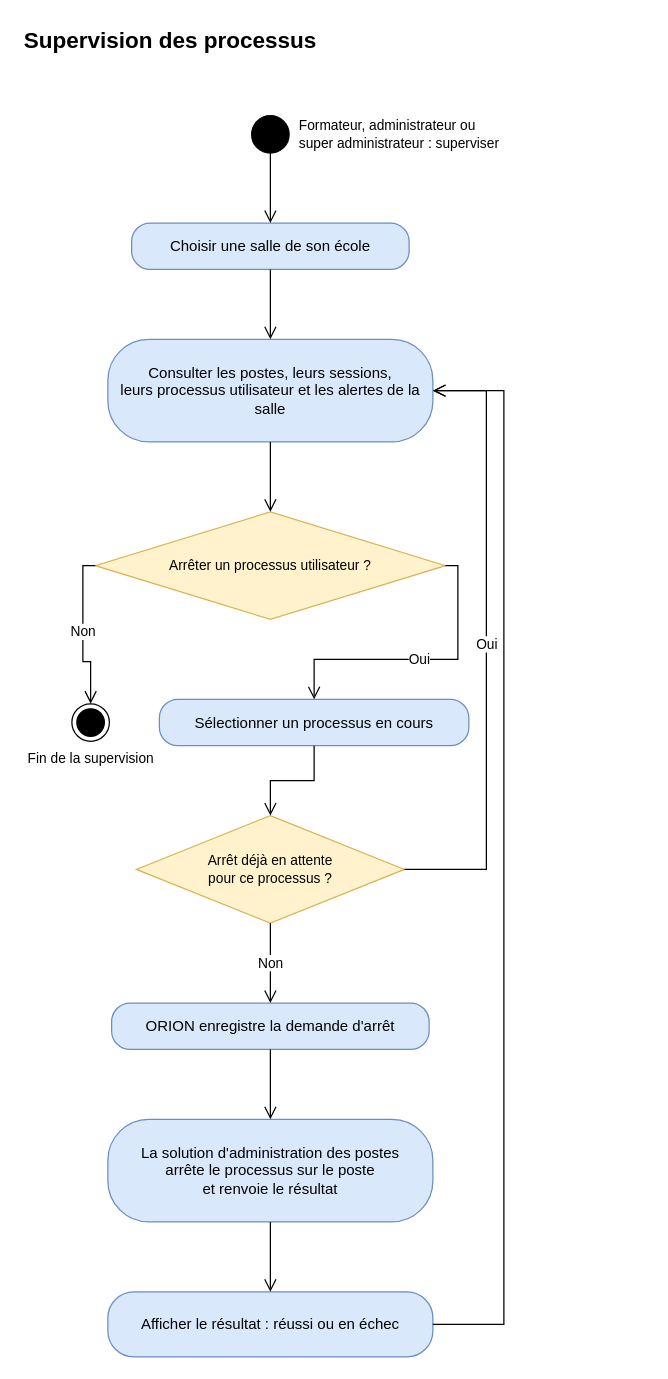
The draw.io diagram page "Supervision des processus" (5 of 10) of docs/02-ANALYSE/01-MODELISATION-METIER/02-DIAGRAMMES-ACTIVITE.drawio in bpierrelouis/aster, before the edit. Source tidied: cells renumbered, new cells numbered last; positions are measured from the earlier drawing's top-left corner, leaving out a move shared by most shapes. Both pictures are drawn from the tidied source at 125%, with x=0, y=0 at pixel (21, 21).
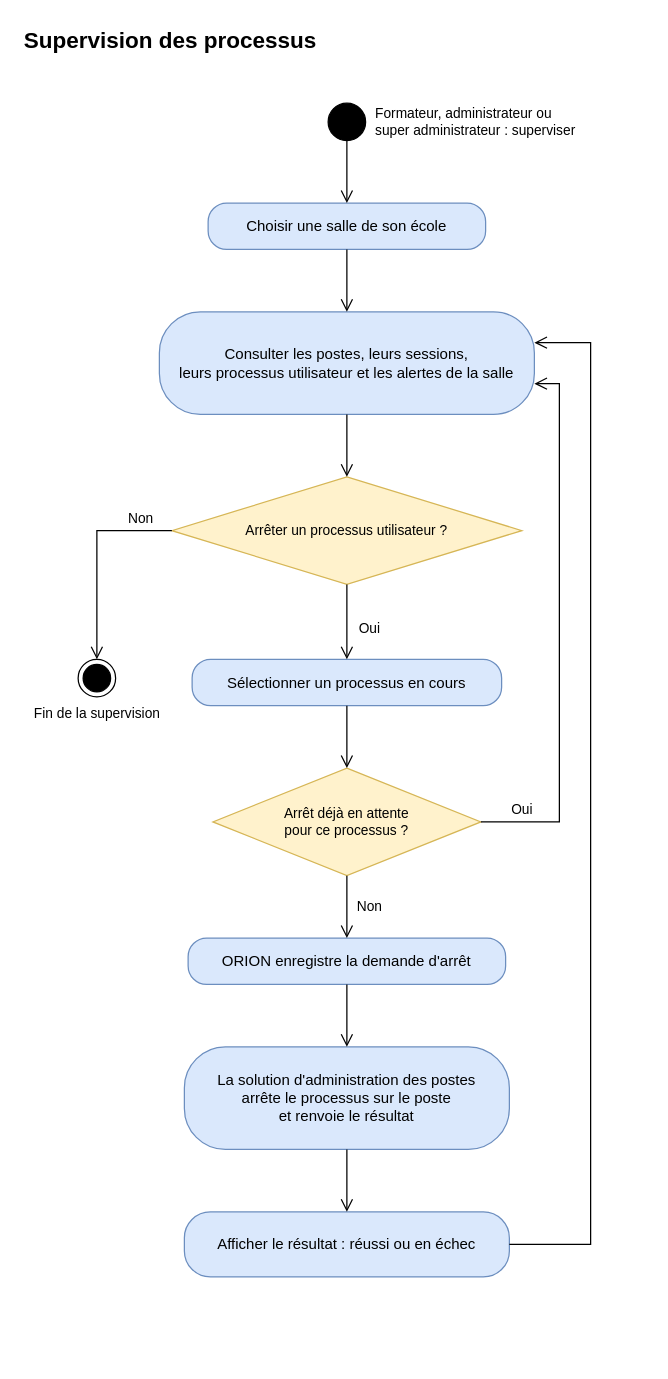
The same page after the edit.

What changed in the source:
```diff
@@
     <mxCell id="3" value="Formateur, administrateur ou&lt;br&gt;super administrateur : superviser" style="ellipse;html=1;fillColor=#000000;strokeColor=#000000;fontSize=11;labelPosition=right;verticalLabelPosition=middle;align=left;verticalAlign=middle;spacingLeft=6;" parent="1" vertex="1">
-      <mxGeometry x="183.8" y="75" width="30" height="30" as="geometry" />
+      <mxGeometry x="245" y="65" width="30" height="30" as="geometry" />
     </mxCell>
     <mxCell id="4" value="Choisir une salle de son école" style="rounded=1;arcSize=40;whiteSpace=wrap;html=1;fontSize=12;fillColor=#dae8fc;strokeColor=#6c8ebf;" parent="1" vertex="1">
-      <mxGeometry x="87.8" y="161" width="222" height="37" as="geometry" />
+      <mxGeometry x="149" y="145" width="222" height="37" as="geometry" />
     </mxCell>
     <mxCell id="5" value="Consulter les postes, leurs sessions,&lt;br&gt;leurs processus utilisateur et les alertes de la salle" style="rounded=1;arcSize=40;whiteSpace=wrap;html=1;fontSize=12;fillColor=#dae8fc;strokeColor=#6c8ebf;" parent="1" vertex="1">
-      <mxGeometry x="68.8" y="254" width="260" height="82" as="geometry" />
+      <mxGeometry x="110" y="232" width="300" height="82" as="geometry" />
     </mxCell>
     <mxCell id="6" value="Arrêter un processus utilisateur ?" style="rhombus;whiteSpace=wrap;html=1;fontSize=11;fillColor=#fff2cc;strokeColor=#d6b656;" parent="1" vertex="1">
-      <mxGeometry x="58.8" y="392" width="280" height="86" as="geometry" />
+      <mxGeometry x="120" y="364" width="280" height="86" as="geometry" />
     </mxCell>
     <mxCell id="7" value="Fin de la supervision" style="ellipse;html=1;shape=endState;fillColor=#000000;strokeColor=#000000;verticalLabelPosition=bottom;verticalAlign=top;fontSize=11;" parent="1" vertex="1">
-      <mxGeometry x="40" y="545.5" width="30" height="30" as="geometry" />
+      <mxGeometry x="45" y="510" width="30" height="30" as="geometry" />
     </mxCell>
     <mxCell id="8" value="Sélectionner un processus en cours" style="rounded=1;arcSize=40;whiteSpace=wrap;html=1;fontSize=12;fillColor=#dae8fc;strokeColor=#6c8ebf;" parent="1" vertex="1">
-      <mxGeometry x="110" y="542" width="247.6" height="37" as="geometry" />
+      <mxGeometry x="136.2" y="510" width="247.6" height="37" as="geometry" />
     </mxCell>
     <mxCell id="9" value="Arrêt déjà en attente&lt;br&gt;pour ce processus ?" style="rhombus;whiteSpace=wrap;html=1;fontSize=11;fillColor=#fff2cc;strokeColor=#d6b656;" parent="1" vertex="1">
-      <mxGeometry x="91.6" y="635" width="214.4" height="86" as="geometry" />
+      <mxGeometry x="152.8" y="597" width="214.4" height="86" as="geometry" />
     </mxCell>
     <mxCell id="10" value="ORION enregistre la demande d'arrêt" style="rounded=1;arcSize=40;whiteSpace=wrap;html=1;fontSize=12;fillColor=#dae8fc;strokeColor=#6c8ebf;" parent="1" vertex="1">
-      <mxGeometry x="71.8" y="785" width="254" height="37" as="geometry" />
+      <mxGeometry x="133" y="733" width="254" height="37" as="geometry" />
     </mxCell>
     <mxCell id="11" value="La solution d'administration des postes&lt;br&gt;arrête le processus sur le poste&lt;br&gt;et renvoie le résultat" style="rounded=1;arcSize=40;whiteSpace=wrap;html=1;fontSize=12;fillColor=#dae8fc;strokeColor=#6c8ebf;" parent="1" vertex="1">
-      <mxGeometry x="68.8" y="878" width="260" height="82" as="geometry" />
+      <mxGeometry x="130" y="820" width="260" height="82" as="geometry" />
     </mxCell>
     <mxCell id="12" value="Afficher le résultat : réussi ou en échec" style="rounded=1;arcSize=40;whiteSpace=wrap;html=1;fontSize=12;fillColor=#dae8fc;strokeColor=#6c8ebf;" parent="1" vertex="1">
-      <mxGeometry x="68.8" y="1016" width="260" height="52" as="geometry" />
+      <mxGeometry x="130" y="952" width="260" height="52" as="geometry" />
     </mxCell>
-    <mxCell id="13" style="edgeStyle=orthogonalEdgeStyle;endArrow=open;endSize=8;html=1;rounded=0;fontSize=11;labelBackgroundColor=#ffffff;exitX=0.5;exitY=1;exitDx=0;exitDy=0;entryX=0.5;entryY=0;entryDx=0;entryDy=0;" parent="1" edge="1" source="3" target="4">
+    <mxCell id="13" style="endArrow=open;endSize=8;html=1;rounded=0;fontSize=11;labelBackgroundColor=#ffffff;edgeStyle=none;exitX=0.5;exitY=1;exitDx=0;exitDy=0;entryX=0.5;entryY=0;entryDx=0;entryDy=0;" parent="1" edge="1" source="3" target="4">
       <mxGeometry relative="1" as="geometry" />
     </mxCell>
-    <mxCell id="14" style="edgeStyle=orthogonalEdgeStyle;endArrow=open;endSize=8;html=1;rounded=0;fontSize=11;labelBackgroundColor=#ffffff;exitX=0.5;exitY=1;exitDx=0;exitDy=0;entryX=0.5;entryY=0;entryDx=0;entryDy=0;" parent="1" edge="1" source="4" target="5">
+    <mxCell id="14" style="endArrow=open;endSize=8;html=1;rounded=0;fontSize=11;labelBackgroundColor=#ffffff;edgeStyle=none;exitX=0.5;exitY=1;exitDx=0;exitDy=0;entryX=0.5;entryY=0;entryDx=0;entryDy=0;" parent="1" edge="1" source="4" target="5">
       <mxGeometry relative="1" as="geometry" />
     </mxCell>
-    <mxCell id="15" style="edgeStyle=orthogonalEdgeStyle;endArrow=open;endSize=8;html=1;rounded=0;fontSize=11;labelBackgroundColor=#ffffff;exitX=0.5;exitY=1;exitDx=0;exitDy=0;entryX=0.5;entryY=0;entryDx=0;entryDy=0;" parent="1" edge="1" source="5" target="6">
+    <mxCell id="15" style="endArrow=open;endSize=8;html=1;rounded=0;fontSize=11;labelBackgroundColor=#ffffff;edgeStyle=none;exitX=0.5;exitY=1;exitDx=0;exitDy=0;entryX=0.5;entryY=0;entryDx=0;entryDy=0;" parent="1" edge="1" source="5" target="6">
       <mxGeometry relative="1" as="geometry" />
     </mxCell>
-    <mxCell id="16" value="Non" style="edgeStyle=orthogonalEdgeStyle;endArrow=open;endSize=8;html=1;rounded=0;fontSize=11;labelBackgroundColor=#ffffff;exitX=0;exitY=0.5;exitDx=0;exitDy=0;entryX=0.5;entryY=0;entryDx=0;entryDy=0;" parent="1" edge="1" source="6" target="7">
-      <mxGeometry relative="1" as="geometry" />
+    <mxCell id="16" value="Non" style="endArrow=open;endSize=8;html=1;rounded=0;fontSize=11;labelBackgroundColor=#ffffff;edgeStyle=none;exitX=0;exitY=0.5;exitDx=0;exitDy=0;entryX=0.5;entryY=0;entryDx=0;entryDy=0;" parent="1" edge="1" source="6" target="7">
+      <mxGeometry x="-0.69" relative="1" as="geometry">
+        <Array as="points">
+          <mxPoint x="60" y="407" />
+        </Array>
+        <mxPoint y="-10" as="offset" />
+      </mxGeometry>
     </mxCell>
-    <mxCell id="17" value="Oui" style="edgeStyle=orthogonalEdgeStyle;endArrow=open;endSize=8;html=1;rounded=0;fontSize=11;labelBackgroundColor=#ffffff;exitX=1;exitY=0.5;exitDx=0;exitDy=0;entryX=0.5;entryY=0;entryDx=0;entryDy=0;" parent="1" edge="1" source="6" target="8">
-      <mxGeometry relative="1" as="geometry" />
+    <mxCell id="17" value="Oui" style="endArrow=open;endSize=8;html=1;rounded=0;fontSize=11;labelBackgroundColor=#ffffff;edgeStyle=none;exitX=0.5;exitY=1;exitDx=0;exitDy=0;entryX=0.5;entryY=0;entryDx=0;entryDy=0;" parent="1" edge="1" source="6" target="8">
+      <mxGeometry x="0.16" relative="1" as="geometry">
+        <mxPoint x="18.3" as="offset" />
+      </mxGeometry>
     </mxCell>
-    <mxCell id="18" style="edgeStyle=orthogonalEdgeStyle;endArrow=open;endSize=8;html=1;rounded=0;fontSize=11;labelBackgroundColor=#ffffff;exitX=0.5;exitY=1;exitDx=0;exitDy=0;entryX=0.5;entryY=0;entryDx=0;entryDy=0;" parent="1" edge="1" source="8" target="9">
+    <mxCell id="18" style="endArrow=open;endSize=8;html=1;rounded=0;fontSize=11;labelBackgroundColor=#ffffff;edgeStyle=none;exitX=0.5;exitY=1;exitDx=0;exitDy=0;entryX=0.5;entryY=0;entryDx=0;entryDy=0;" parent="1" edge="1" source="8" target="9">
       <mxGeometry relative="1" as="geometry" />
     </mxCell>
-    <mxCell id="19" value="Oui" style="edgeStyle=orthogonalEdgeStyle;endArrow=open;endSize=8;html=1;rounded=0;fontSize=11;labelBackgroundColor=#ffffff;exitX=1;exitY=0.5;exitDx=0;exitDy=0;entryX=1;entryY=0.5;entryDx=0;entryDy=0;" parent="1" edge="1" source="9" target="5">
-      <mxGeometry relative="1" as="geometry">
+    <mxCell id="19" value="Oui" style="endArrow=open;endSize=8;html=1;rounded=0;fontSize=11;labelBackgroundColor=#ffffff;edgeStyle=none;exitX=1;exitY=0.5;exitDx=0;exitDy=0;entryX=1;entryY=0.7;entryDx=0;entryDy=0;" parent="1" edge="1" source="9" target="5">
+      <mxGeometry x="-0.85" relative="1" as="geometry">
         <Array as="points">
-          <mxPoint x="371.6" y="678" />
-          <mxPoint x="371.6" y="295" />
+          <mxPoint x="430" y="640" />
+          <mxPoint x="430" y="289.4" />
         </Array>
+        <mxPoint y="-10" as="offset" />
       </mxGeometry>
     </mxCell>
-    <mxCell id="20" value="Non" style="edgeStyle=orthogonalEdgeStyle;endArrow=open;endSize=8;html=1;rounded=0;fontSize=11;labelBackgroundColor=#ffffff;exitX=0.5;exitY=1;exitDx=0;exitDy=0;entryX=0.5;entryY=0;entryDx=0;entryDy=0;" parent="1" edge="1" source="9" target="10">
-      <mxGeometry relative="1" as="geometry" />
+    <mxCell id="20" value="Non" style="endArrow=open;endSize=8;html=1;rounded=0;fontSize=11;labelBackgroundColor=#ffffff;edgeStyle=none;exitX=0.5;exitY=1;exitDx=0;exitDy=0;entryX=0.5;entryY=0;entryDx=0;entryDy=0;" parent="1" edge="1" source="9" target="10">
+      <mxGeometry relative="1" as="geometry">
+        <mxPoint x="18.3" as="offset" />
+      </mxGeometry>
     </mxCell>
-    <mxCell id="21" style="edgeStyle=orthogonalEdgeStyle;endArrow=open;endSize=8;html=1;rounded=0;fontSize=11;labelBackgroundColor=#ffffff;exitX=0.5;exitY=1;exitDx=0;exitDy=0;entryX=0.5;entryY=0;entryDx=0;entryDy=0;" parent="1" edge="1" source="10" target="11">
+    <mxCell id="21" style="endArrow=open;endSize=8;html=1;rounded=0;fontSize=11;labelBackgroundColor=#ffffff;edgeStyle=none;exitX=0.5;exitY=1;exitDx=0;exitDy=0;entryX=0.5;entryY=0;entryDx=0;entryDy=0;" parent="1" edge="1" source="10" target="11">
       <mxGeometry relative="1" as="geometry" />
     </mxCell>
-    <mxCell id="22" style="edgeStyle=orthogonalEdgeStyle;endArrow=open;endSize=8;html=1;rounded=0;fontSize=11;labelBackgroundColor=#ffffff;exitX=0.5;exitY=1;exitDx=0;exitDy=0;entryX=0.5;entryY=0;entryDx=0;entryDy=0;" parent="1" edge="1" source="11" target="12">
+    <mxCell id="22" style="endArrow=open;endSize=8;html=1;rounded=0;fontSize=11;labelBackgroundColor=#ffffff;edgeStyle=none;exitX=0.5;exitY=1;exitDx=0;exitDy=0;entryX=0.5;entryY=0;entryDx=0;entryDy=0;" parent="1" edge="1" source="11" target="12">
       <mxGeometry relative="1" as="geometry" />
     </mxCell>
-    <mxCell id="23" style="edgeStyle=orthogonalEdgeStyle;endArrow=open;endSize=8;html=1;rounded=0;fontSize=11;labelBackgroundColor=#ffffff;exitX=1;exitY=0.5;exitDx=0;exitDy=0;entryX=1;entryY=0.5;entryDx=0;entryDy=0;" parent="1" edge="1" source="12" target="5">
+    <mxCell id="23" style="endArrow=open;endSize=8;html=1;rounded=0;fontSize=11;labelBackgroundColor=#ffffff;edgeStyle=none;exitX=1;exitY=0.5;exitDx=0;exitDy=0;entryX=1;entryY=0.3;entryDx=0;entryDy=0;" parent="1" edge="1" source="12" target="5">
       <mxGeometry relative="1" as="geometry">
         <Array as="points">
-          <mxPoint x="385.6" y="1042" />
-          <mxPoint x="385.6" y="295" />
+          <mxPoint x="455" y="978" />
+          <mxPoint x="455" y="256.6" />
         </Array>
       </mxGeometry>
     </mxCell>
```
